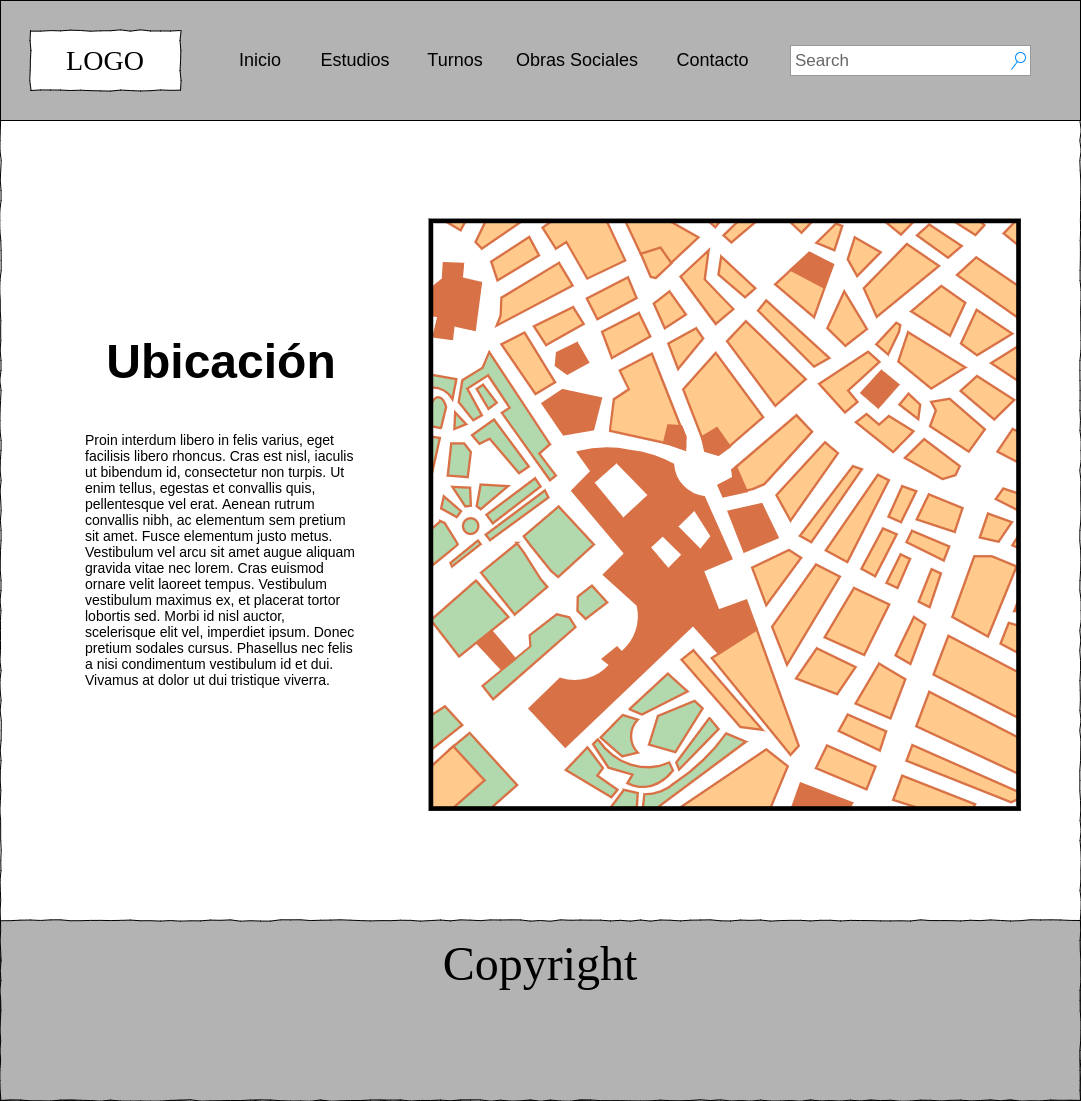
Above: wireframes/contacto.png in andresgerz/consultorio-rx (draw.io), before the change. Source tidied: cells renumbered, new cells last; positions are measured from the earlier drawing's top-left corner, leaving out a move shared by most shapes.
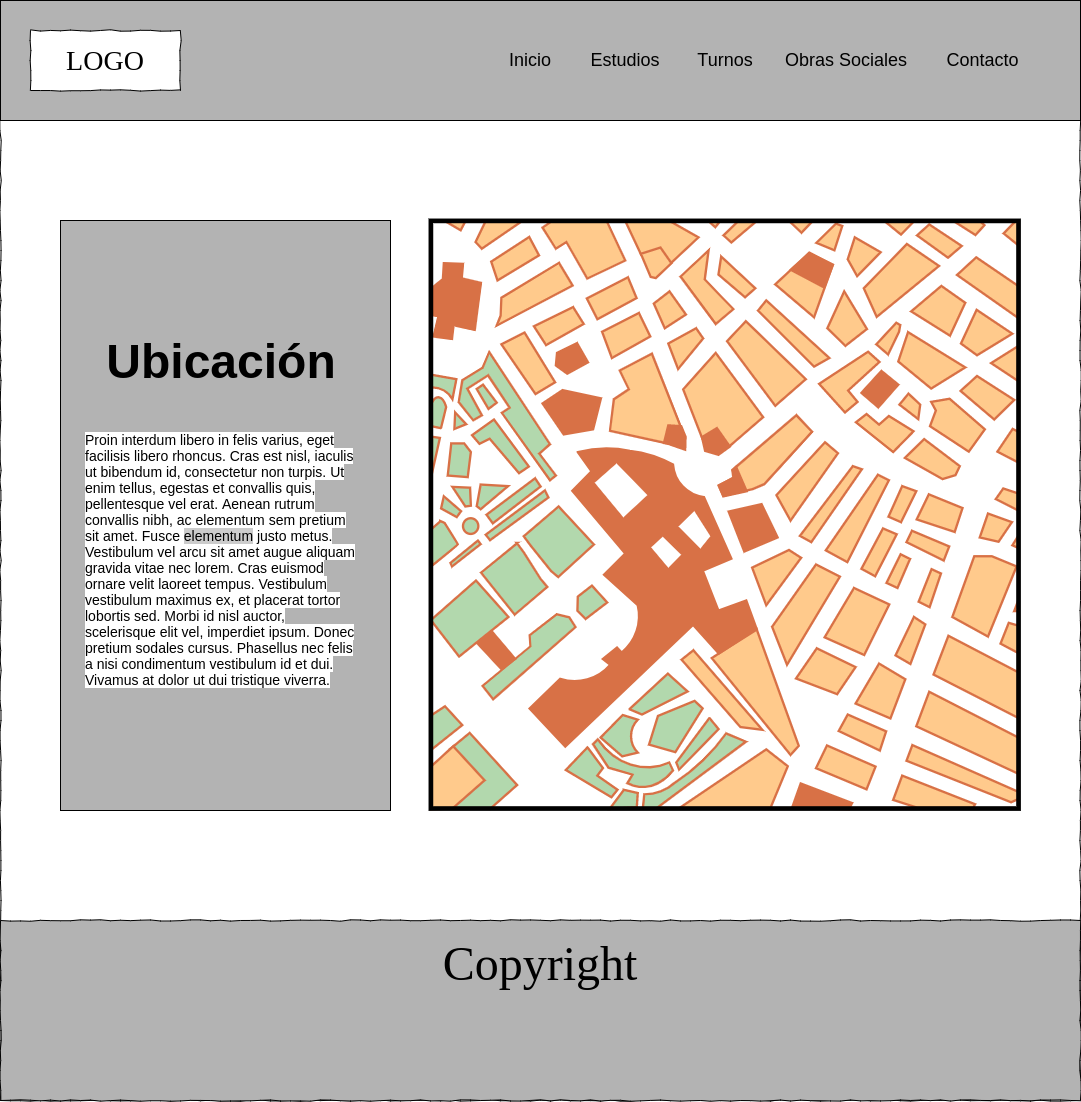
After the commit.

What changed in the source:
```diff
@@ -2,6 +2,9 @@
   <root>
     <mxCell id="0" />
     <mxCell id="1" parent="0" />
+    <mxCell id="14" style="rounded=0;whiteSpace=wrap;html=1;fillColor=#B3B3B3;" parent="1" vertex="1">
+      <mxGeometry x="60" y="220" width="330" height="590" as="geometry" />
+    </mxCell>
     <mxCell id="2" style="whiteSpace=wrap;html=1;rounded=0;shadow=0;labelBackgroundColor=none;strokeColor=#000000;strokeWidth=1;fillColor=none;fontFamily=Verdana;fontSize=12;fontColor=#000000;align=center;comic=1;" parent="1" vertex="1">
       <mxGeometry width="1080" height="1100" as="geometry" />
     </mxCell>
@@ -14,26 +17,23 @@
     <mxCell id="5" value="&lt;div style=&quot;text-align: justify&quot;&gt;&lt;span style=&quot;font-size: 48px&quot;&gt;Copyright&lt;/span&gt;&lt;/div&gt;" style="whiteSpace=wrap;html=1;rounded=0;shadow=0;labelBackgroundColor=none;strokeWidth=1;fillColor=#B3B3B3;fontFamily=Verdana;fontSize=12;align=center;verticalAlign=top;spacing=10;comic=1;" parent="1" vertex="1">
       <mxGeometry y="920" width="1080" height="180" as="geometry" />
     </mxCell>
-    <mxCell id="6" value="&lt;h1 style=&quot;text-align: center&quot;&gt;&lt;span style=&quot;font-size: 48px&quot;&gt;Ubicación&lt;/span&gt;&lt;/h1&gt;&lt;p&gt;&lt;br&gt;&lt;/p&gt;&lt;p&gt;&lt;span style=&quot;font-family: &amp;#34;open sans&amp;#34; , &amp;#34;arial&amp;#34; , sans-serif ; font-size: 14px ; text-align: justify ; background-color: rgb(255 , 255 , 255)&quot;&gt;Proin interdum libero in felis varius, eget facilisis libero rhoncus. Cras est nisl, iaculis ut bibendum id, consectetur non turpis. Ut enim tellus, egestas et convallis quis, pellentesque vel erat. Aenean rutrum convallis nibh, ac elementum sem pretium sit amet. Fusce elementum justo metus. Vestibulum vel arcu sit amet augue aliquam gravida vitae nec lorem. Cras euismod ornare velit laoreet tempus. Vestibulum vestibulum maximus ex, et placerat tortor lobortis sed. Morbi id nisl auctor, scelerisque elit vel, imperdiet ipsum. Donec pretium sodales cursus. Phasellus nec felis a nisi condimentum vestibulum id et dui. Vivamus at dolor ut dui tristique viverra.&lt;/span&gt;&lt;br&gt;&lt;/p&gt;" style="text;html=1;strokeColor=none;fillColor=none;spacing=5;spacingTop=-20;whiteSpace=wrap;overflow=hidden;rounded=0;" parent="1" vertex="1">
+    <mxCell id="6" value="&lt;h1 style=&quot;text-align: center&quot;&gt;&lt;span style=&quot;font-size: 48px&quot;&gt;Ubicación&lt;/span&gt;&lt;/h1&gt;&lt;p&gt;&lt;br&gt;&lt;/p&gt;&lt;p&gt;&lt;span style=&quot;font-family: &amp;#34;open sans&amp;#34; , &amp;#34;arial&amp;#34; , sans-serif ; font-size: 14px ; text-align: justify ; background-color: rgb(255 , 255 , 255)&quot;&gt;Proin interdum libero in felis varius, eget facilisis libero rhoncus. Cras est nisl, iaculis ut bibendum id, consectetur non turpis. Ut enim tellus, egestas et convallis quis, pellentesque vel erat. Aenean rutrum convallis nibh, ac elementum sem pretium sit amet. Fusce &lt;/span&gt;&lt;span style=&quot;font-family: &amp;#34;open sans&amp;#34; , &amp;#34;arial&amp;#34; , sans-serif ; font-size: 14px ; text-align: justify ; background-color: rgb(204 , 204 , 204)&quot;&gt;elementum&lt;/span&gt;&lt;span style=&quot;font-family: &amp;#34;open sans&amp;#34; , &amp;#34;arial&amp;#34; , sans-serif ; font-size: 14px ; text-align: justify ; background-color: rgb(255 , 255 , 255)&quot;&gt; justo metus. Vestibulum vel arcu sit amet augue aliquam gravida vitae nec lorem. Cras euismod ornare velit laoreet tempus. Vestibulum vestibulum maximus ex, et placerat tortor lobortis sed. Morbi id nisl auctor, scelerisque elit vel, imperdiet ipsum. Donec pretium sodales cursus. Phasellus nec felis a nisi condimentum vestibulum id et dui. Vivamus at dolor ut dui tristique viverra.&lt;/span&gt;&lt;br&gt;&lt;/p&gt;" style="text;html=1;strokeColor=none;fillColor=none;spacing=5;spacingTop=-20;whiteSpace=wrap;overflow=hidden;rounded=0;" parent="1" vertex="1">
       <mxGeometry x="80" y="327" width="280" height="460" as="geometry" />
     </mxCell>
-    <mxCell id="7" value="Search" style="strokeWidth=1;shadow=0;dashed=0;align=center;html=1;shape=mxgraph.mockup.forms.searchBox;strokeColor=#999999;mainText=;strokeColor2=#008cff;fontColor=#666666;fontSize=17;align=left;spacingLeft=3;" parent="1" vertex="1">
-      <mxGeometry x="790" y="45" width="240" height="30" as="geometry" />
-    </mxCell>
     <mxCell id="8" value="Inicio" style="text;html=1;strokeColor=none;fillColor=none;align=center;verticalAlign=middle;whiteSpace=wrap;rounded=0;fontSize=18;" parent="1" vertex="1">
-      <mxGeometry x="240" y="50" width="40" height="20" as="geometry" />
+      <mxGeometry x="510" y="50" width="40" height="20" as="geometry" />
     </mxCell>
     <mxCell id="9" value="Estudios" style="text;html=1;strokeColor=none;fillColor=none;align=center;verticalAlign=middle;whiteSpace=wrap;rounded=0;fontSize=18;" parent="1" vertex="1">
-      <mxGeometry x="320" y="50" width="70" height="20" as="geometry" />
+      <mxGeometry x="590" y="50" width="70" height="20" as="geometry" />
     </mxCell>
     <mxCell id="10" value="Turnos" style="text;html=1;strokeColor=none;fillColor=none;align=center;verticalAlign=middle;whiteSpace=wrap;rounded=0;fontSize=18;" parent="1" vertex="1">
-      <mxGeometry x="430" y="50" width="50" height="20" as="geometry" />
+      <mxGeometry x="700" y="50" width="50" height="20" as="geometry" />
     </mxCell>
     <mxCell id="11" value="Obras Sociales" style="text;html=1;strokeColor=none;fillColor=none;align=center;verticalAlign=middle;whiteSpace=wrap;rounded=0;fontSize=18;" parent="1" vertex="1">
-      <mxGeometry x="512.5" y="50" width="127.5" height="20" as="geometry" />
+      <mxGeometry x="782.5" y="50" width="127.5" height="20" as="geometry" />
     </mxCell>
     <mxCell id="12" value="Contacto" style="text;html=1;strokeColor=none;fillColor=none;align=center;verticalAlign=middle;whiteSpace=wrap;rounded=0;fontSize=18;" parent="1" vertex="1">
-      <mxGeometry x="675" y="50" width="75" height="20" as="geometry" />
+      <mxGeometry x="945" y="50" width="75" height="20" as="geometry" />
     </mxCell>
     <mxCell id="13" style="verticalLabelPosition=bottom;shadow=0;dashed=0;align=center;html=1;verticalAlign=top;strokeWidth=1;shape=mxgraph.mockup.misc.map;" parent="1" vertex="1">
       <mxGeometry x="430" y="220" width="590" height="590" as="geometry" />
```
